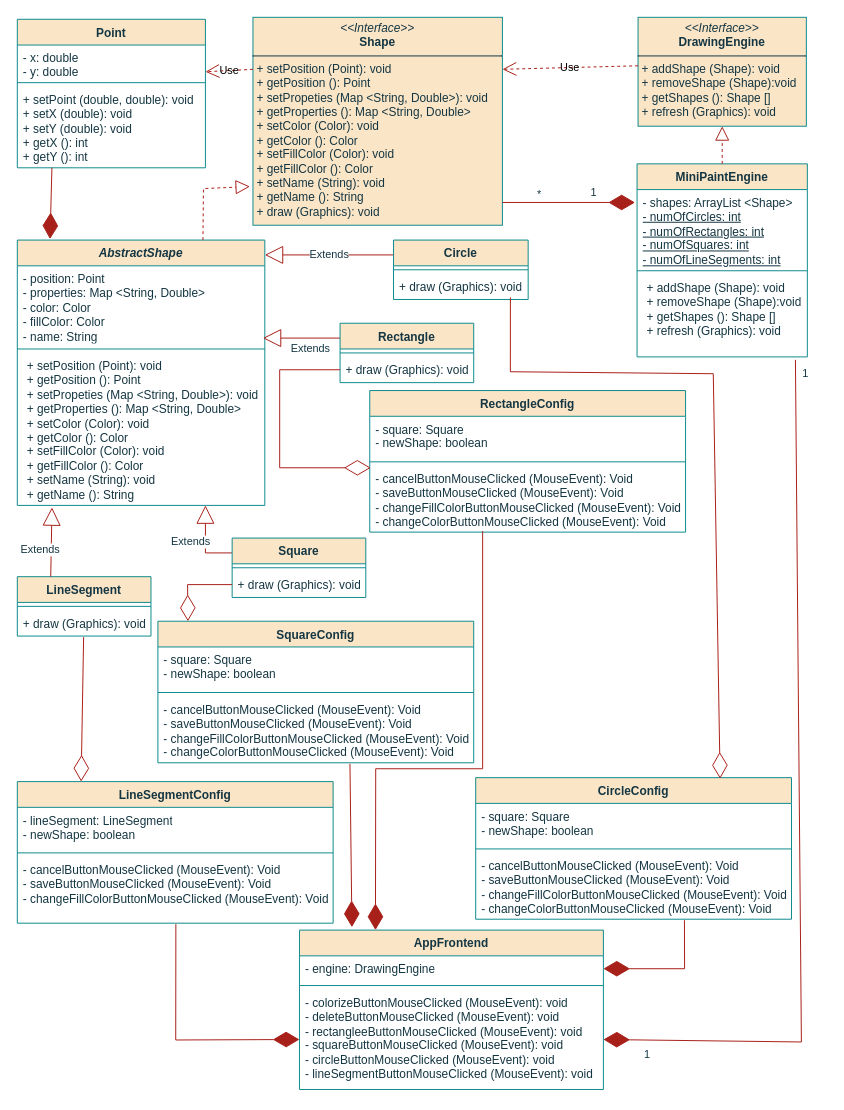
Ahmad-Zaki05/Simplified-Paint-Application-MiniPaint- keeps this draw.io diagram as UML.drawio. Above is the earlier version. Source tidied: cells renumbered, new cells numbered last; positions are measured from the earlier drawing's top-left corner, leaving out a move shared by most shapes. Both pictures are drawn from the tidied source at 99%, with x=0, y=0 at pixel (17, 17).
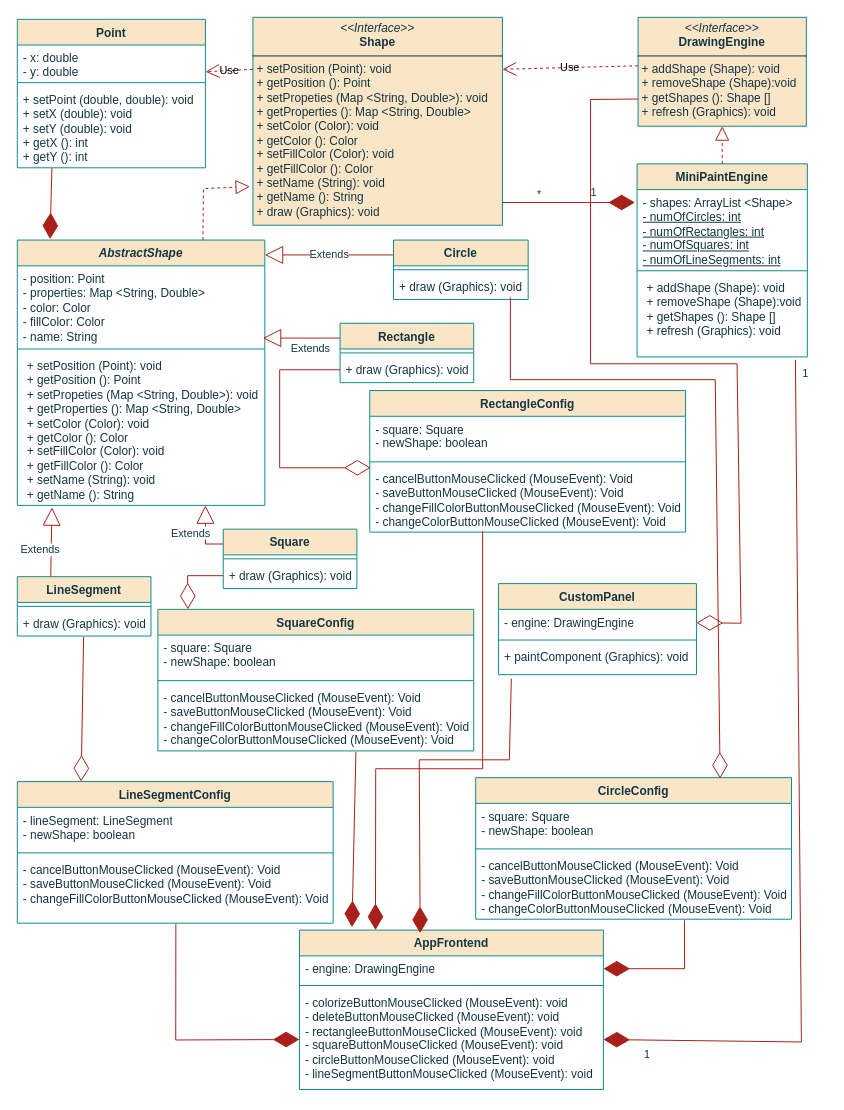
The same diagram, later.

The change refers to these unchanged cells:
```xml
<mxCell id="8" value="&lt;p style=&quot;margin:0px;margin-top:4px;text-align:center;&quot;&gt;&lt;i&gt;&amp;lt;&amp;lt;Interface&amp;gt;&amp;gt;&lt;/i&gt;&lt;br&gt;&lt;b&gt;DrawingEngine&lt;/b&gt;&lt;/p&gt;&lt;hr size=&quot;1&quot; style=&quot;border-style:solid;&quot;&gt;&lt;p style=&quot;margin:0px;margin-left:4px;&quot;&gt;+ addShape (Shape): void&lt;/p&gt;&lt;p style=&quot;margin:0px;margin-left:4px;&quot;&gt;+ removeShape (Shape):void&lt;/p&gt;&lt;p style=&quot;margin:0px;margin-left:4px;&quot;&gt;+ getShapes (): Shape []&lt;/p&gt;&lt;p style=&quot;margin:0px;margin-left:4px;&quot;&gt;+ refresh (Graphics): void&amp;nbsp;&lt;/p&gt;" style="verticalAlign=top;align=left;overflow=fill;html=1;whiteSpace=wrap;labelBackgroundColor=none;fillColor=#FAE5C7;strokeColor=#0F8B8D;fontColor=#143642;" parent="1" vertex="1">
  <mxGeometry x="627" width="170" height="110" as="geometry" />
</mxCell>
<mxCell id="21" value="&lt;p style=&quot;margin: 0px 0px 0px 4px;&quot;&gt;+ setPosition (Point): void&lt;/p&gt;&lt;p style=&quot;margin: 0px 0px 0px 4px;&quot;&gt;+ getPosition (): Point&lt;/p&gt;&lt;p style=&quot;margin: 0px 0px 0px 4px;&quot;&gt;+ setPropeties (Map &amp;lt;String, Double&amp;gt;): void&lt;/p&gt;&lt;p style=&quot;margin: 0px 0px 0px 4px;&quot;&gt;+ getProperties (): Map &amp;lt;String, Double&amp;gt;&lt;/p&gt;&lt;p style=&quot;margin: 0px 0px 0px 4px;&quot;&gt;+ setColor (Color): void&lt;/p&gt;&lt;p style=&quot;margin: 0px 0px 0px 4px;&quot;&gt;+ getColor (): Color&lt;/p&gt;&lt;p style=&quot;margin: 0px 0px 0px 4px;&quot;&gt;+ setFillColor (Color): void&lt;/p&gt;&lt;p style=&quot;margin: 0px 0px 0px 4px;&quot;&gt;+ getFillColor (): Color&lt;/p&gt;&lt;p style=&quot;margin: 0px 0px 0px 4px;&quot;&gt;+ setName (String): void&lt;/p&gt;&lt;p style=&quot;margin: 0px 0px 0px 4px;&quot;&gt;+ getName (): String&lt;/p&gt;" style="text;strokeColor=none;fillColor=none;align=left;verticalAlign=top;spacingLeft=4;spacingRight=4;overflow=hidden;points=[[0,0.5],[1,0.5]];portConstraint=eastwest;whiteSpace=wrap;html=1;fontColor=#143642;" parent="18" vertex="1">
  <mxGeometry y="114" width="250" height="154" as="geometry" />
</mxCell>
<mxCell id="27" value="+ draw (Graphics): void" style="text;strokeColor=none;fillColor=none;align=left;verticalAlign=top;spacingLeft=4;spacingRight=4;overflow=hidden;points=[[0,0.5],[1,0.5]];portConstraint=eastwest;whiteSpace=wrap;html=1;fontColor=#143642;" parent="25" vertex="1">
  <mxGeometry y="34" width="136" height="26" as="geometry" />
</mxCell>
<mxCell id="35" value="+ draw (Graphics): void" style="text;strokeColor=none;fillColor=none;align=left;verticalAlign=top;spacingLeft=4;spacingRight=4;overflow=hidden;points=[[0,0.5],[1,0.5]];portConstraint=eastwest;whiteSpace=wrap;html=1;fontColor=#143642;" parent="33" vertex="1">
  <mxGeometry y="34" width="135" height="26" as="geometry" />
</mxCell>
<mxCell id="40" value="AppFrontend" style="swimlane;fontStyle=1;align=center;verticalAlign=top;horizontal=1;startSize=26;whiteSpace=wrap;html=1;strokeColor=#0F8B8D;fontColor=#143642;fillColor=#FAE5C7;" parent="1" vertex="1">
  <mxGeometry x="285" y="922" width="307" height="161" as="geometry" />
</mxCell>
<mxCell id="55" value="- cancelButtonMouseClicked (MouseEvent): Void&lt;div&gt;- saveButtonMouseClicked (MouseEvent): Void&lt;/div&gt;&lt;div&gt;- changeFillColorButtonMouseClicked (MouseEvent): Void&lt;/div&gt;&lt;div&gt;- changeColorButtonMouseClicked (MouseEvent): Void&lt;/div&gt;" style="text;strokeColor=none;fillColor=none;align=left;verticalAlign=top;spacingLeft=4;spacingRight=4;overflow=hidden;points=[[0,0.5],[1,0.5]];portConstraint=eastwest;whiteSpace=wrap;html=1;fontColor=#143642;" parent="52" vertex="1">
  <mxGeometry y="76" width="319" height="67" as="geometry" />
</mxCell>
<mxCell id="65" value="CircleConfig" style="swimlane;fontStyle=1;align=center;verticalAlign=top;horizontal=1;startSize=26;whiteSpace=wrap;html=1;strokeColor=#0F8B8D;fontColor=#143642;fillColor=#FAE5C7;" parent="1" vertex="1">
  <mxGeometry x="463" y="768" width="319" height="143" as="geometry" />
</mxCell>
```

The edit, as a diff of the source:
```diff
@@
     <mxCell id="32" value="Extends" style="endArrow=block;endSize=16;endFill=0;html=1;rounded=0;strokeColor=#A8201A;fontColor=#143642;fillColor=#FAE5C7;exitX=0;exitY=0.25;exitDx=0;exitDy=0;entryX=0.76;entryY=1;entryDx=0;entryDy=0;entryPerimeter=0;" parent="1" edge="1" source="33" target="21">
       <mxGeometry x="0.01" y="15" relative="1" as="geometry">
         <Array as="points">
-          <mxPoint x="190" y="541" />
+          <mxPoint x="190" y="532" />
         </Array>
       </mxGeometry>
     </mxCell>
     <mxCell id="33" value="Square" style="swimlane;fontStyle=1;align=center;verticalAlign=top;horizontal=1;startSize=26;whiteSpace=wrap;html=1;strokeColor=#0F8B8D;fontColor=#143642;fillColor=#FAE5C7;" parent="1" vertex="1">
-      <mxGeometry x="217" y="526" width="135" height="60" as="geometry" />
+      <mxGeometry x="208" y="517" width="135" height="60" as="geometry" />
     </mxCell>
@@
     <mxCell id="52" value="SquareConfig" style="swimlane;fontStyle=1;align=center;verticalAlign=top;horizontal=1;startSize=26;whiteSpace=wrap;html=1;strokeColor=#0F8B8D;fontColor=#143642;fillColor=#FAE5C7;" parent="1" vertex="1">
-      <mxGeometry x="142" y="610" width="319" height="143" as="geometry" />
+      <mxGeometry x="142" y="598" width="319" height="143" as="geometry" />
     </mxCell>
@@
     <mxCell id="56" style="endArrow=diamondThin;endFill=0;endSize=24;html=1;rounded=0;strokeColor=#A8201A;fontColor=#143642;fillColor=#FAE5C7;exitX=0;exitY=0.5;exitDx=0;exitDy=0;entryX=0.095;entryY=0;entryDx=0;entryDy=0;entryPerimeter=0;" parent="1" edge="1" source="35" target="52">
       <mxGeometry relative="1" as="geometry">
         <Array as="points">
-          <mxPoint x="172" y="573" />
+          <mxPoint x="172" y="564" />
         </Array>
       </mxGeometry>
     </mxCell>
@@
-    <mxCell id="58" style="endArrow=diamondThin;endFill=1;endSize=24;html=1;rounded=0;strokeColor=#A8201A;fontColor=#143642;fillColor=#FAE5C7;" parent="1" edge="1">
+    <mxCell id="58" style="endArrow=diamondThin;endFill=1;endSize=24;html=1;rounded=0;strokeColor=#A8201A;fontColor=#143642;fillColor=#FAE5C7;exitX=0.627;exitY=1.015;exitDx=0;exitDy=0;exitPerimeter=0;" parent="1" edge="1" source="55">
       <mxGeometry relative="1" as="geometry">
-        <mxPoint x="336" y="754" as="sourcePoint" />
         <mxPoint x="338" y="919" as="targetPoint" />
       </mxGeometry>
     </mxCell>
@@
     <mxCell id="70" style="endArrow=diamondThin;endFill=0;endSize=24;html=1;rounded=0;strokeColor=#A8201A;fontColor=#143642;fillColor=#FAE5C7;exitX=0.868;exitY=0.923;exitDx=0;exitDy=0;exitPerimeter=0;entryX=0.774;entryY=0.007;entryDx=0;entryDy=0;entryPerimeter=0;" parent="1" edge="1" source="27" target="65">
       <mxGeometry relative="1" as="geometry">
         <Array as="points">
-          <mxPoint x="498" y="358" />
-          <mxPoint x="703" y="360" />
+          <mxPoint x="498" y="366" />
+          <mxPoint x="705" y="366" />
         </Array>
       </mxGeometry>
     </mxCell>
+    <mxCell id="71" value="CustomPanel" style="swimlane;fontStyle=1;align=center;verticalAlign=top;horizontal=1;startSize=26;whiteSpace=wrap;html=1;strokeColor=#0F8B8D;fontColor=#143642;fillColor=#FAE5C7;" parent="1" vertex="1">
+      <mxGeometry x="486" y="572" width="200" height="92" as="geometry" />
+    </mxCell>
+    <mxCell id="72" value="- engine: DrawingEngine" style="text;strokeColor=none;fillColor=none;align=left;verticalAlign=top;spacingLeft=4;spacingRight=4;overflow=hidden;points=[[0,0.5],[1,0.5]];portConstraint=eastwest;whiteSpace=wrap;html=1;fontColor=#143642;" parent="71" vertex="1">
+      <mxGeometry y="26" width="200" height="27" as="geometry" />
+    </mxCell>
+    <mxCell id="73" style="line;strokeWidth=1;fillColor=none;align=left;verticalAlign=middle;spacingTop=-1;spacingLeft=3;spacingRight=3;labelPosition=right;strokeColor=inherit;fontColor=#143642;" parent="71" vertex="1">
+      <mxGeometry y="53" width="200" height="8" as="geometry" />
+    </mxCell>
+    <mxCell id="74" value="+ paintComponent (Graphics): void" style="text;strokeColor=none;fillColor=none;align=left;verticalAlign=top;spacingLeft=4;spacingRight=4;overflow=hidden;points=[[0,0.5],[1,0.5]];portConstraint=eastwest;whiteSpace=wrap;html=1;fontColor=#143642;" parent="71" vertex="1">
+      <mxGeometry y="61" width="200" height="31" as="geometry" />
+    </mxCell>
+    <mxCell id="75" style="endArrow=diamondThin;endFill=1;endSize=24;html=1;rounded=0;strokeColor=#A8201A;fontColor=#143642;fillColor=#FAE5C7;exitX=0.065;exitY=1.129;exitDx=0;exitDy=0;exitPerimeter=0;entryX=0.397;entryY=0.019;entryDx=0;entryDy=0;entryPerimeter=0;" parent="1" edge="1" source="74" target="40">
+      <mxGeometry relative="1" as="geometry">
+        <Array as="points">
+          <mxPoint x="497" y="750" />
+          <mxPoint x="406" y="750" />
+        </Array>
+      </mxGeometry>
+    </mxCell>
+    <mxCell id="76" style="endArrow=diamondThin;endFill=0;endSize=24;html=1;rounded=0;strokeColor=#A8201A;fontColor=#143642;fillColor=#FAE5C7;exitX=0;exitY=0.75;exitDx=0;exitDy=0;entryX=1;entryY=0.5;entryDx=0;entryDy=0;" parent="1" edge="1" source="8" target="72">
+      <mxGeometry relative="1" as="geometry">
+        <Array as="points">
+          <mxPoint x="579" y="83" />
+          <mxPoint x="579" y="350" />
+          <mxPoint x="727" y="350" />
+          <mxPoint x="731" y="612" />
+        </Array>
+      </mxGeometry>
+    </mxCell>
```
